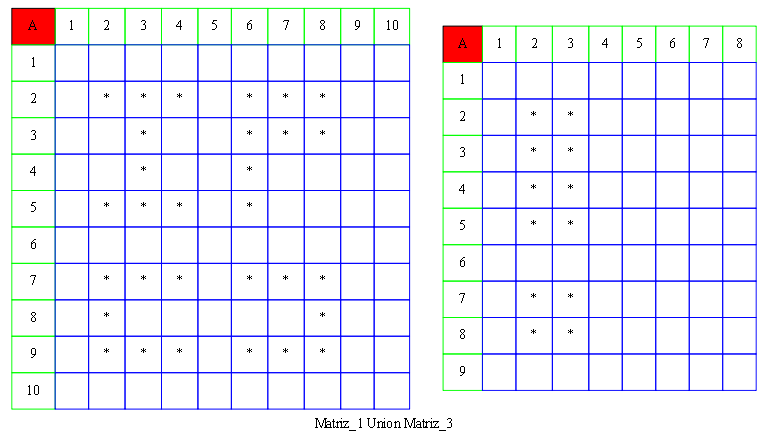
AbidelLux/Proyecto02_1S2021IPC2_JAMES keeps this Graphviz diagram as Original.dot.png. Above is the earlier version. Its source is kept beside it as Original.dot.
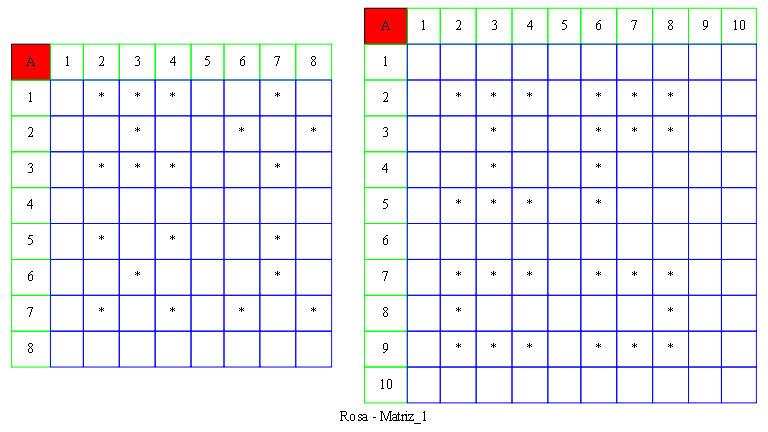
Later version of the same file.

Diff of the diagram source:
```diff
@@ -1,7 +1,23 @@
 digraph {
 	size="8,8"
-	label="Matriz_1 Union Matriz_3"
+	label="Rosa - Matriz_1"
 	tbl [
+	shape=plaintext
+	label=<
+
+		<table border="0" color="green" cellpadding="10" cellborder="1" cellspacing="0">
+	<tr><td bgcolor = "red" color="black"> A </td><td color="green">1</td><td color="green">2</td><td color="green">3</td><td color="green">4</td><td color="green">5</td><td color="green">6</td><td color="green">7</td><td color="green">8</td></tr>
+			<tr><td color="green"> 1 </td><td color="blue">   </td><td color="blue"> * </td><td color="blue"> * </td><td color="blue"> * </td><td color="blue">   </td><td color="blue">   </td><td color="blue"> * </td><td color="blue">   </td></tr>
+			<tr><td color="green"> 2 </td><td color="blue">   </td><td color="blue">   </td><td color="blue"> * </td><td color="blue">   </td><td color="blue">   </td><td color="blue"> * </td><td color="blue">   </td><td color="blue"> * </td></tr>
+			<tr><td color="green"> 3 </td><td color="blue">   </td><td color="blue"> * </td><td color="blue"> * </td><td color="blue"> * </td><td color="blue">   </td><td color="blue">   </td><td color="blue"> * </td><td color="blue">   </td></tr>
+			<tr><td color="green"> 4 </td><td color="blue">   </td><td color="blue">   </td><td color="blue">   </td><td color="blue">   </td><td color="blue">   </td><td color="blue">   </td><td color="blue">   </td><td color="blue">   </td></tr>
+			<tr><td color="green"> 5 </td><td color="blue">   </td><td color="blue"> * </td><td color="blue">   </td><td color="blue"> * </td><td color="blue">   </td><td color="blue">   </td><td color="blue"> * </td><td color="blue">   </td></tr>
+			<tr><td color="green"> 6 </td><td color="blue">   </td><td color="blue">   </td><td color="blue"> * </td><td color="blue">   </td><td color="blue">   </td><td color="blue">   </td><td color="blue"> * </td><td color="blue">   </td></tr>
+			<tr><td color="green"> 7 </td><td color="blue">   </td><td color="blue"> * </td><td color="blue">   </td><td color="blue"> * </td><td color="blue">   </td><td color="blue"> * </td><td color="blue">   </td><td color="blue"> * </td></tr>
+			<tr><td color="green"> 8 </td><td color="blue">   </td><td color="blue">   </td><td color="blue">   </td><td color="blue">   </td><td color="blue">   </td><td color="blue">   </td><td color="blue">   </td><td color="blue">   </td></tr>
+			</table>
+		>];
+	tbl1 [
 	shape=plaintext
 	label=<
 
@@ -19,21 +35,4 @@
 			<tr><td color="green"> 10 </td><td color="blue">   </td><td color="blue">   </td><td color="blue">   </td><td color="blue">   </td><td color="blue">   </td><td color="blue">   </td><td color="blue">   </td><td color="blue">   </td><td color="blue">   </td><td color="blue">   </td></tr>
 			</table>
 		>];
-	tbl1 [
-	shape=plaintext
-	label=<
-
-		<table border="0" color="green" cellpadding="10" cellborder="1" cellspacing="0">
-	<tr><td bgcolor = "red" color="black"> A </td><td color="green">1</td><td color="green">2</td><td color="green">3</td><td color="green">4</td><td color="green">5</td><td color="green">6</td><td color="green">7</td><td color="green">8</td></tr>
-			<tr><td color="green"> 1 </td><td color="blue">   </td><td color="blue">   </td><td color="blue">   </td><td color="blue">   </td><td color="blue">   </td><td color="blue">   </td><td color="blue">   </td><td color="blue">   </td></tr>
-			<tr><td color="green"> 2 </td><td color="blue">   </td><td color="blue"> * </td><td color="blue"> * </td><td color="blue">   </td><td color="blue">   </td><td color="blue">   </td><td color="blue">   </td><td color="blue">   </td></tr>
-			<tr><td color="green"> 3 </td><td color="blue">   </td><td color="blue"> * </td><td color="blue"> * </td><td color="blue">   </td><td color="blue">   </td><td color="blue">   </td><td color="blue">   </td><td color="blue">   </td></tr>
-			<tr><td color="green"> 4 </td><td color="blue">   </td><td color="blue"> * </td><td color="blue"> * </td><td color="blue">   </td><td color="blue">   </td><td color="blue">   </td><td color="blue">   </td><td color="blue">   </td></tr>
-			<tr><td color="green"> 5 </td><td color="blue">   </td><td color="blue"> * </td><td color="blue"> * </td><td color="blue">   </td><td color="blue">   </td><td color="blue">   </td><td color="blue">   </td><td color="blue">   </td></tr>
-			<tr><td color="green"> 6 </td><td color="blue">   </td><td color="blue">   </td><td color="blue">   </td><td color="blue">   </td><td color="blue">   </td><td color="blue">   </td><td color="blue">   </td><td color="blue">   </td></tr>
-			<tr><td color="green"> 7 </td><td color="blue">   </td><td color="blue"> * </td><td color="blue"> * </td><td color="blue">   </td><td color="blue">   </td><td color="blue">   </td><td color="blue">   </td><td color="blue">   </td></tr>
-			<tr><td color="green"> 8 </td><td color="blue">   </td><td color="blue"> * </td><td color="blue"> * </td><td color="blue">   </td><td color="blue">   </td><td color="blue">   </td><td color="blue">   </td><td color="blue">   </td></tr>
-			<tr><td color="green"> 9 </td><td color="blue">   </td><td color="blue">   </td><td color="blue">   </td><td color="blue">   </td><td color="blue">   </td><td color="blue">   </td><td color="blue">   </td><td color="blue">   </td></tr>
-			</table>
-		>];
 }
```
